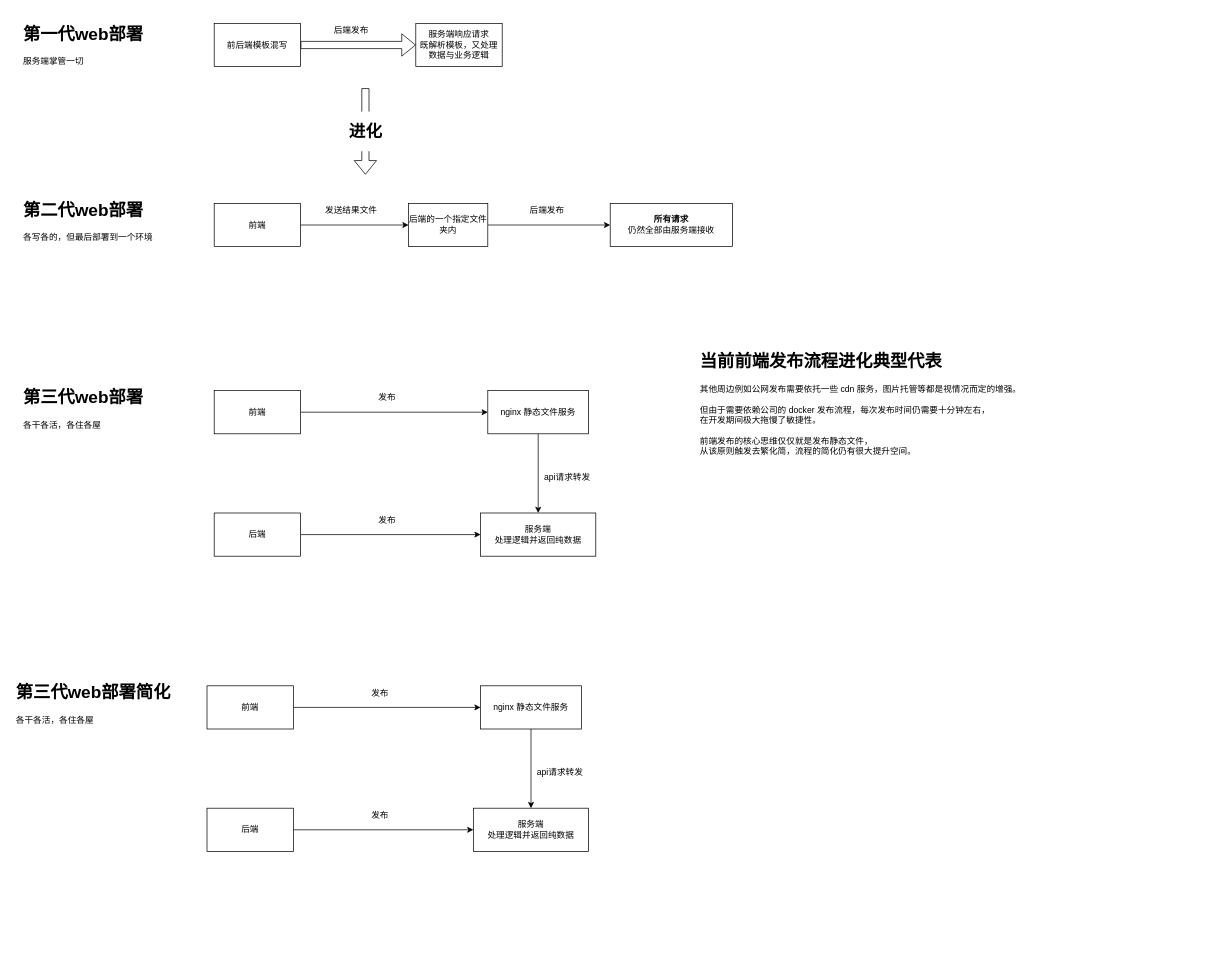
superwf/diagram keeps this draw.io diagram as front-publish/Untitled Diagram.drawio. Above is the earlier version. Source tidied: cells renumbered, new cells numbered last; positions are measured from the earlier drawing's top-left corner, leaving out a move shared by most shapes. Both pictures are drawn from the tidied source at 72%, with x=0, y=0 at pixel (12, 19). Pictures stored in the file or linked from it are replaced by grey dashed boxes.
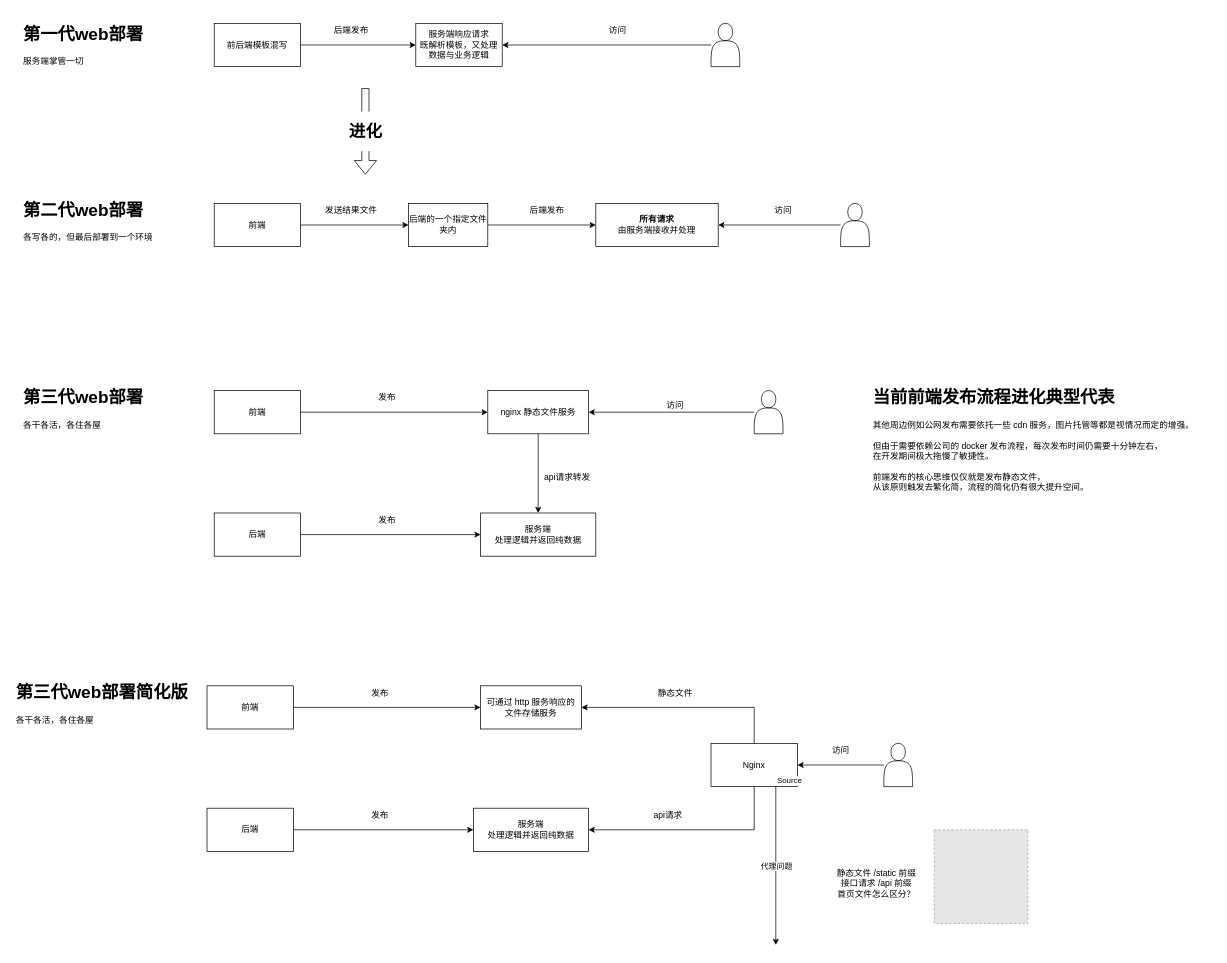
After the change.

The change refers to these unchanged cells:
```xml
<mxCell id="2" value="前后端模板混写" style="rounded=0;whiteSpace=wrap;html=1;" parent="1" vertex="1">
  <mxGeometry x="280" y="5" width="120" height="60" as="geometry" />
</mxCell>
<mxCell id="3" value="服务端响应请求&lt;br&gt;既解析模板，又处理数据与业务逻辑" style="rounded=0;whiteSpace=wrap;html=1;" parent="1" vertex="1">
  <mxGeometry x="560" y="5" width="120" height="60" as="geometry" />
</mxCell>
<mxCell id="22" value="&lt;span&gt;nginx 静态文件服务&lt;/span&gt;" style="rounded=0;whiteSpace=wrap;html=1;" parent="1" vertex="1">
  <mxGeometry x="660" y="515" width="140" height="60" as="geometry" />
</mxCell>
<mxCell id="29" value="服务端&lt;br&gt;处理逻辑并返回纯数据" style="rounded=0;whiteSpace=wrap;html=1;" parent="1" vertex="1">
  <mxGeometry x="640" y="1095" width="160" height="60" as="geometry" />
</mxCell>
```

What changed in the source:
```diff
@@
+    <mxCell id="4" style="edgeStyle=orthogonalEdgeStyle;rounded=0;jettySize=auto;html=1;entryX=0;entryY=0.5;entryDx=0;entryDy=0;" parent="1" edge="1" source="2" target="3">
+      <mxGeometry relative="1" as="geometry" />
+    </mxCell>
@@
-    <mxCell id="4" style="shape=flexArrow;endArrow=classic;html=1;entryX=0;entryY=0.5;entryDx=0;entryDy=0;exitX=1;exitY=0.5;exitDx=0;exitDy=0;" parent="1" edge="1" source="2" target="3">
-      <mxGeometry relative="1" as="geometry" />
-    </mxCell>
@@
-    <mxCell id="9" value="&lt;b&gt;所有请求&lt;br&gt;&lt;/b&gt;仍然全部由服务端接收" style="rounded=0;whiteSpace=wrap;html=1;" parent="1" vertex="1">
-      <mxGeometry x="830" y="255" width="170" height="60" as="geometry" />
+    <mxCell id="9" value="&lt;b&gt;所有请求&lt;br&gt;&lt;/b&gt;由服务端接收并处理" style="rounded=0;whiteSpace=wrap;html=1;" parent="1" vertex="1">
+      <mxGeometry x="810" y="255" width="170" height="60" as="geometry" />
     </mxCell>
@@
-    <mxCell id="31" value="&lt;h1&gt;第三代web部署简化&lt;/h1&gt;&lt;div&gt;各干各活，各住各屋&lt;/div&gt;" style="text;html=1;strokeColor=none;fillColor=none;spacing=5;spacingTop=-20;whiteSpace=wrap;overflow=hidden;rounded=0;" parent="1" vertex="1">
+    <mxCell id="31" value="&lt;h1&gt;第三代web部署简化版&lt;/h1&gt;&lt;div&gt;各干各活，各住各屋&lt;/div&gt;" style="text;html=1;strokeColor=none;fillColor=none;spacing=5;spacingTop=-20;whiteSpace=wrap;overflow=hidden;rounded=0;" parent="1" vertex="1">
       <mxGeometry y="915" width="250" height="90" as="geometry" />
     </mxCell>
-    <mxCell id="32" style="edgeStyle=orthogonalEdgeStyle;rounded=0;jettySize=auto;html=1;exitX=0.5;exitY=1;exitDx=0;exitDy=0;" parent="1" edge="1" source="33" target="29">
-      <mxGeometry relative="1" as="geometry" />
-    </mxCell>
-    <mxCell id="33" value="&lt;span&gt;nginx 静态文件服务&lt;/span&gt;" style="rounded=0;whiteSpace=wrap;html=1;" parent="1" vertex="1">
+    <mxCell id="33" value="可通过 http 服务响应的&lt;br&gt;文件存储服务" style="rounded=0;whiteSpace=wrap;html=1;" parent="1" vertex="1">
       <mxGeometry x="650" y="925" width="140" height="60" as="geometry" />
     </mxCell>
-    <mxCell id="34" value="api请求转发" style="text;html=1;align=center;verticalAlign=middle;strokeColor=none;fillColor=none;" parent="1" vertex="1">
-      <mxGeometry x="720" y="1035" width="80" height="20" as="geometry" />
-    </mxCell>
@@
     <mxCell id="38" value="&lt;h1&gt;当前前端发布流程进化典型代表&lt;/h1&gt;&lt;div&gt;其他周边例如公网发布需要依托一些 cdn 服务，图片托管等都是视情况而定的增强。&lt;/div&gt;&lt;div&gt;&lt;br&gt;&lt;/div&gt;&lt;div&gt;但由于需要依赖公司的 docker 发布流程，每次发布时间仍需要十分钟左右，&lt;/div&gt;&lt;div&gt;在开发期间极大拖慢了敏捷性。&lt;/div&gt;&lt;div&gt;&lt;br&gt;&lt;/div&gt;&lt;div&gt;前端发布的核心思维仅仅就是发布静态文件，&lt;br&gt;&lt;/div&gt;从该原则触发去繁化简，流程的简化仍有很大提升空间。" style="text;html=1;strokeColor=none;fillColor=none;spacing=5;spacingTop=-20;whiteSpace=wrap;overflow=hidden;rounded=0;" parent="1" vertex="1">
-      <mxGeometry x="950" y="455" width="480" height="265" as="geometry" />
+      <mxGeometry x="1190" y="505" width="480" height="265" as="geometry" />
     </mxCell>
+    <mxCell id="39" style="edgeStyle=orthogonalEdgeStyle;rounded=0;jettySize=auto;html=1;entryX=1;entryY=0.5;entryDx=0;entryDy=0;" parent="1" edge="1" source="40" target="9">
+      <mxGeometry relative="1" as="geometry" />
+    </mxCell>
+    <mxCell id="40" style="shape=actor;whiteSpace=wrap;html=1;" parent="1" vertex="1">
+      <mxGeometry x="1150" y="255" width="40" height="60" as="geometry" />
+    </mxCell>
+    <mxCell id="41" style="edgeStyle=orthogonalEdgeStyle;rounded=0;jettySize=auto;html=1;entryX=1;entryY=0.5;entryDx=0;entryDy=0;" parent="1" edge="1" source="42" target="3">
+      <mxGeometry relative="1" as="geometry" />
+    </mxCell>
+    <mxCell id="42" style="shape=actor;whiteSpace=wrap;html=1;" parent="1" vertex="1">
+      <mxGeometry x="970" y="5" width="40" height="60" as="geometry" />
+    </mxCell>
+    <mxCell id="43" value="访问" style="text;html=1;align=center;verticalAlign=middle;strokeColor=none;fillColor=none;" parent="1" vertex="1">
+      <mxGeometry x="820" y="5" width="40" height="20" as="geometry" />
+    </mxCell>
+    <mxCell id="44" value="访问" style="text;html=1;align=center;verticalAlign=middle;strokeColor=none;fillColor=none;" parent="1" vertex="1">
+      <mxGeometry x="1050" y="255" width="40" height="20" as="geometry" />
+    </mxCell>
+    <mxCell id="45" style="edgeStyle=orthogonalEdgeStyle;rounded=0;jettySize=auto;html=1;entryX=1;entryY=0.5;entryDx=0;entryDy=0;" parent="1" edge="1" source="46" target="22">
+      <mxGeometry relative="1" as="geometry" />
+    </mxCell>
+    <mxCell id="46" style="shape=actor;whiteSpace=wrap;html=1;" parent="1" vertex="1">
+      <mxGeometry x="1030" y="515" width="40" height="60" as="geometry" />
+    </mxCell>
+    <mxCell id="47" value="访问" style="text;html=1;align=center;verticalAlign=middle;strokeColor=none;fillColor=none;" parent="1" vertex="1">
+      <mxGeometry x="900" y="525" width="40" height="20" as="geometry" />
+    </mxCell>
+    <mxCell id="48" style="edgeStyle=orthogonalEdgeStyle;rounded=0;jettySize=auto;html=1;entryX=1;entryY=0.5;entryDx=0;entryDy=0;" parent="1" edge="1" source="49" target="52">
+      <mxGeometry relative="1" as="geometry" />
+    </mxCell>
+    <mxCell id="49" style="shape=actor;whiteSpace=wrap;html=1;" parent="1" vertex="1">
+      <mxGeometry x="1210" y="1005" width="40" height="60" as="geometry" />
+    </mxCell>
+    <mxCell id="50" style="edgeStyle=orthogonalEdgeStyle;rounded=0;jettySize=auto;html=1;entryX=1;entryY=0.5;entryDx=0;entryDy=0;exitX=0.5;exitY=1;exitDx=0;exitDy=0;" parent="1" edge="1" source="52" target="29">
+      <mxGeometry relative="1" as="geometry" />
+    </mxCell>
+    <mxCell id="51" style="edgeStyle=orthogonalEdgeStyle;rounded=0;jettySize=auto;html=1;entryX=1;entryY=0.5;entryDx=0;entryDy=0;exitX=0.5;exitY=0;exitDx=0;exitDy=0;" parent="1" edge="1" source="52" target="33">
+      <mxGeometry relative="1" as="geometry" />
+    </mxCell>
+    <mxCell id="52" value="Nginx" style="rounded=0;whiteSpace=wrap;html=1;" parent="1" vertex="1">
+      <mxGeometry x="970" y="1005" width="120" height="60" as="geometry" />
+    </mxCell>
+    <mxCell id="53" value="静态文件" style="text;html=1;align=center;verticalAlign=middle;strokeColor=none;fillColor=none;" parent="1" vertex="1">
+      <mxGeometry x="890" y="925" width="60" height="20" as="geometry" />
+    </mxCell>
+    <mxCell id="54" value="api请求" style="text;html=1;align=center;verticalAlign=middle;strokeColor=none;fillColor=none;" parent="1" vertex="1">
+      <mxGeometry x="880" y="1095" width="60" height="20" as="geometry" />
+    </mxCell>
+    <mxCell id="55" value="访问" style="text;html=1;align=center;verticalAlign=middle;strokeColor=none;fillColor=none;" parent="1" vertex="1">
+      <mxGeometry x="1130" y="1005" width="40" height="20" as="geometry" />
+    </mxCell>
+    <mxCell id="56" style="endArrow=classic;html=1;rounded=0;exitX=0.75;exitY=1;exitDx=0;exitDy=0;" parent="1" edge="1" source="52">
+      <mxGeometry relative="1" as="geometry">
+        <mxPoint x="1060" y="1285" as="targetPoint" />
+      </mxGeometry>
+    </mxCell>
+    <mxCell id="57" value="代理问题" style="edgeLabel;html=1;align=center;verticalAlign=middle;" parent="56" vertex="1">
+      <mxGeometry relative="1" as="geometry" />
+    </mxCell>
+    <mxCell id="58" value="Source" style="edgeLabel;html=1;align=left;verticalAlign=bottom;" parent="56" vertex="1">
+      <mxGeometry x="-1" relative="1" as="geometry" />
+    </mxCell>
+    <mxCell id="59" style="fillColor=#E6E6E6;strokeColor=#999999;dashed=1;verticalLabelPosition=bottom;labelBackgroundColor=#ffffff;verticalAlign=top;" parent="1" vertex="1">
+      <mxGeometry x="1280" y="1125" width="130" height="130" as="geometry" />
+    </mxCell>
+    <mxCell id="60" value="静态文件 /static 前缀&lt;br&gt;接口请求 /api 前缀&lt;br&gt;首页文件怎么区分？" style="text;html=1;strokeColor=none;fillColor=none;align=center;verticalAlign=middle;whiteSpace=wrap;rounded=0;" parent="1" vertex="1">
+      <mxGeometry x="1110" y="1165" width="180" height="70" as="geometry" />
+    </mxCell>
```
